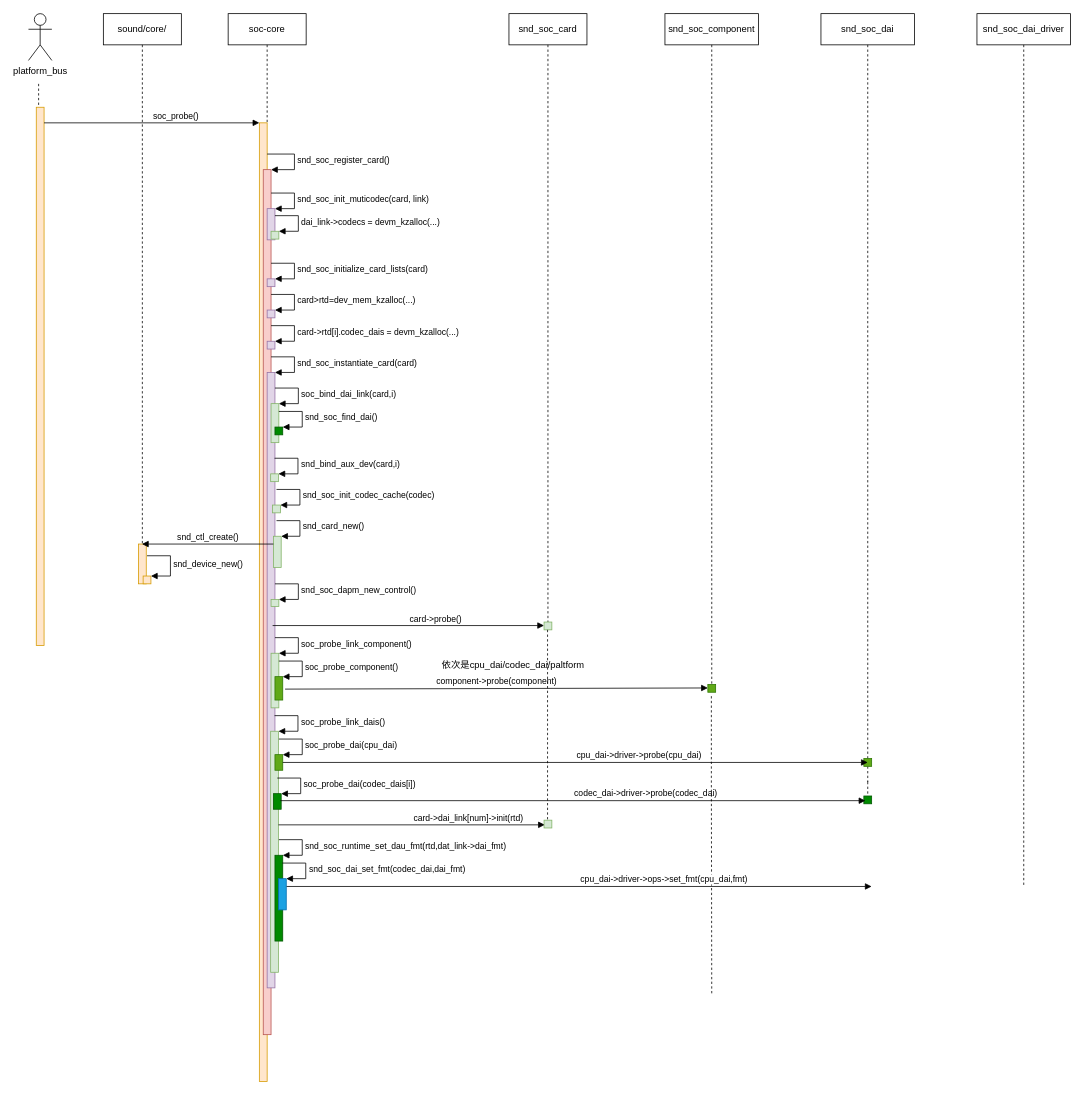
Above: alsa 驱动分析（一）.drawio in Vinson-001/Blog-flow-chart (draw.io), before the change. Source tidied: cells renumbered, new cells numbered last; positions are measured from the earlier drawing's top-left corner, leaving out a move shared by most shapes. Both pictures are drawn from the tidied source at 78%, with x=0, y=0 at pixel (28, 13).
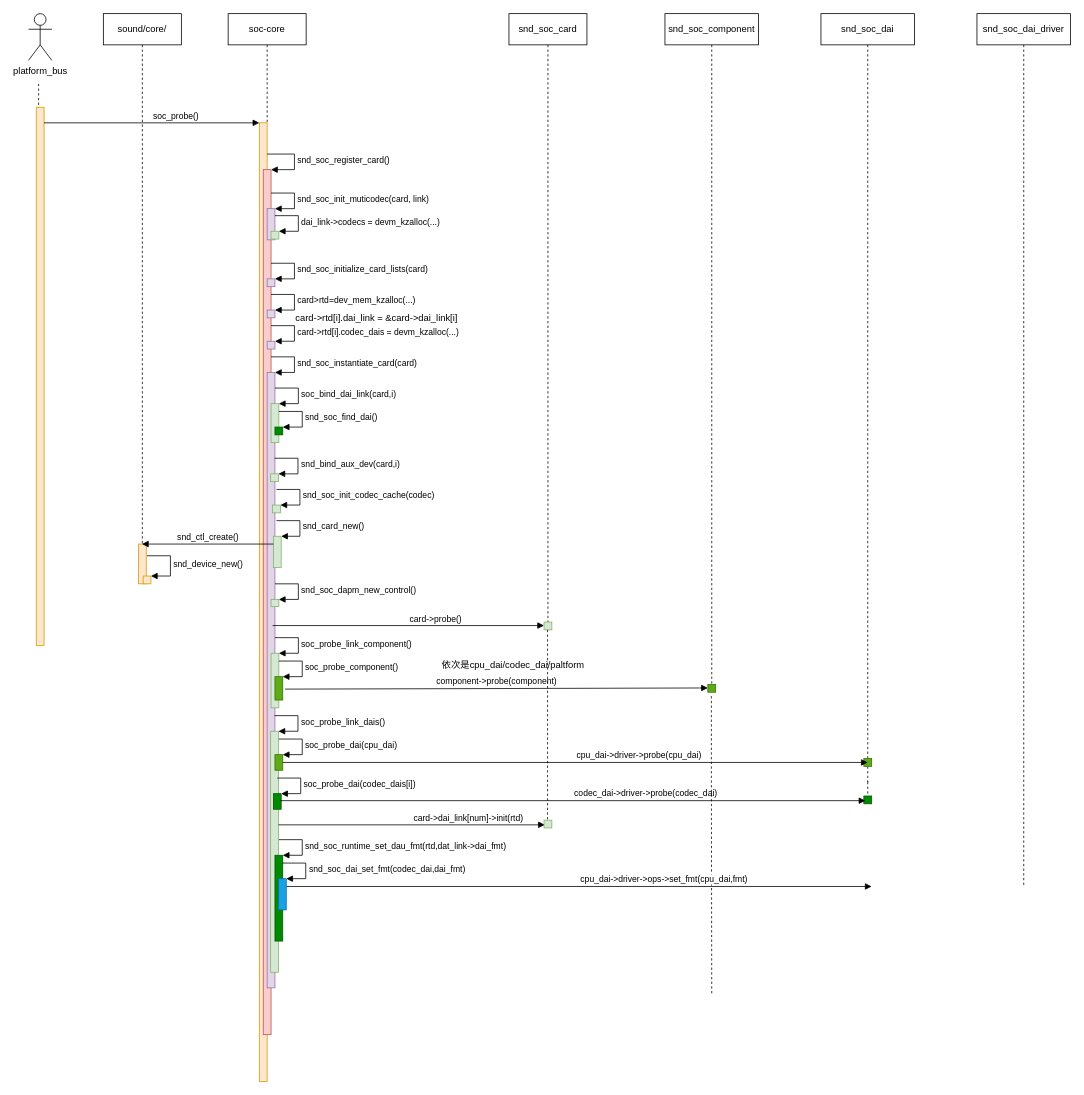
The same diagram, later.

Commit message:
更新alsa 驱动分析（一）.drawio

Diff of the diagram source:
```diff
@@
+    <mxCell id="72" value="card-&amp;gt;rtd[i].dai_link = &amp;amp;card-&amp;gt;dai_link[i]" style="text;html=1;align=center;verticalAlign=middle;strokeColor=none;fillColor=none;" parent="1" vertex="1">
+      <mxGeometry x="330.5" y="375" width="230" height="30" as="geometry" />
+    </mxCell>
```
